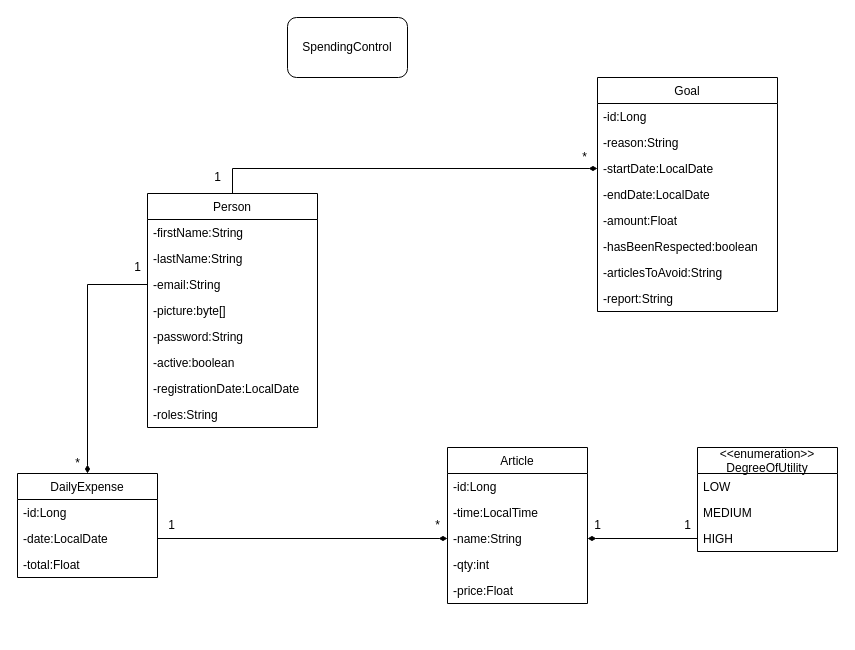
Before: spendingControlUML.drawio in Moussa348/SavingVeilleTec, a draw.io diagram. Source tidied: cells renumbered, new cells numbered last; positions are measured from the earlier drawing's top-left corner, leaving out a move shared by most shapes. Both pictures are drawn from the tidied source at 100%, with x=0, y=0 at pixel (17, 17).
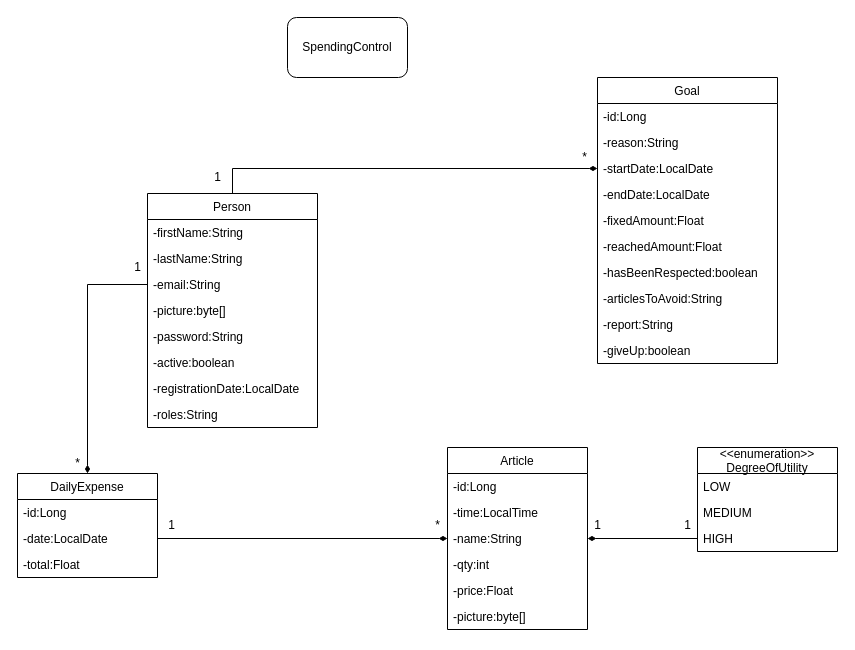
The same diagram, later.

Diff of the diagram source:
```diff
@@
     <mxCell id="17" value="Article" style="swimlane;fontStyle=0;horizontal=1;startSize=26;fillColor=none;" parent="1" vertex="1">
-      <mxGeometry x="430" y="430" width="140" height="156" as="geometry" />
+      <mxGeometry x="430" y="430" width="140" height="182" as="geometry" />
     </mxCell>
@@
+    <mxCell id="47" value="-picture:byte[]" style="text;strokeColor=none;fillColor=none;align=left;verticalAlign=top;spacingLeft=4;spacingRight=4;overflow=hidden;" parent="17" vertex="1">
+      <mxGeometry y="156" width="140" height="26" as="geometry" />
+    </mxCell>
@@
     <mxCell id="28" value="Goal" style="swimlane;fontStyle=0;horizontal=1;startSize=26;fillColor=none;" parent="1" vertex="1">
-      <mxGeometry x="580" y="60" width="180" height="234" as="geometry" />
+      <mxGeometry x="580" y="60" width="180" height="286" as="geometry" />
     </mxCell>
@@
-    <mxCell id="33" value="-amount:Float" style="text;strokeColor=none;fillColor=none;align=left;verticalAlign=top;spacingLeft=4;spacingRight=4;overflow=hidden;" parent="28" vertex="1">
+    <mxCell id="33" value="-fixedAmount:Float" style="text;strokeColor=none;fillColor=none;align=left;verticalAlign=top;spacingLeft=4;spacingRight=4;overflow=hidden;" parent="28" vertex="1">
       <mxGeometry y="130" width="180" height="26" as="geometry" />
     </mxCell>
+    <mxCell id="48" value="-reachedAmount:Float" style="text;strokeColor=none;fillColor=none;align=left;verticalAlign=top;spacingLeft=4;spacingRight=4;overflow=hidden;" parent="28" vertex="1">
+      <mxGeometry y="156" width="180" height="26" as="geometry" />
+    </mxCell>
     <mxCell id="34" value="-hasBeenRespected:boolean" style="text;strokeColor=none;fillColor=none;align=left;verticalAlign=top;spacingLeft=4;spacingRight=4;overflow=hidden;" parent="28" vertex="1">
-      <mxGeometry y="156" width="180" height="26" as="geometry" />
+      <mxGeometry y="182" width="180" height="26" as="geometry" />
     </mxCell>
     <mxCell id="35" value="-articlesToAvoid:String" style="text;strokeColor=none;fillColor=none;align=left;verticalAlign=top;spacingLeft=4;spacingRight=4;overflow=hidden;" parent="28" vertex="1">
-      <mxGeometry y="182" width="180" height="26" as="geometry" />
+      <mxGeometry y="208" width="180" height="26" as="geometry" />
     </mxCell>
     <mxCell id="36" value="-report:String" style="text;strokeColor=none;fillColor=none;align=left;verticalAlign=top;spacingLeft=4;spacingRight=4;overflow=hidden;" parent="28" vertex="1">
-      <mxGeometry y="208" width="180" height="26" as="geometry" />
+      <mxGeometry y="234" width="180" height="26" as="geometry" />
     </mxCell>
+    <mxCell id="49" value="-giveUp:boolean" style="text;strokeColor=none;fillColor=none;align=left;verticalAlign=top;spacingLeft=4;spacingRight=4;overflow=hidden;" parent="28" vertex="1">
+      <mxGeometry y="260" width="180" height="26" as="geometry" />
+    </mxCell>
```
